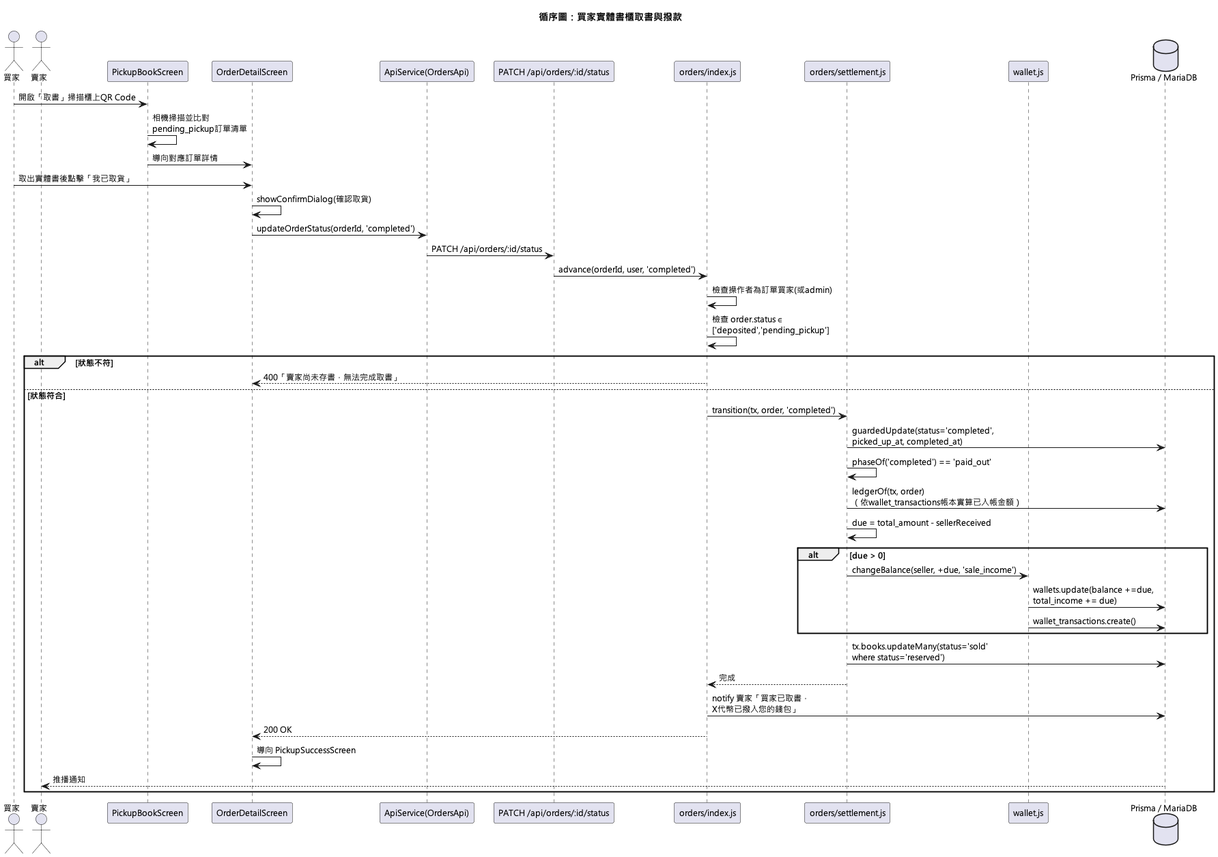
Above: Diagrams/Sequence Diagrams/v3/seq_pickup.png in SaveMyBook/SaveMyBook (PlantUML), before the change.
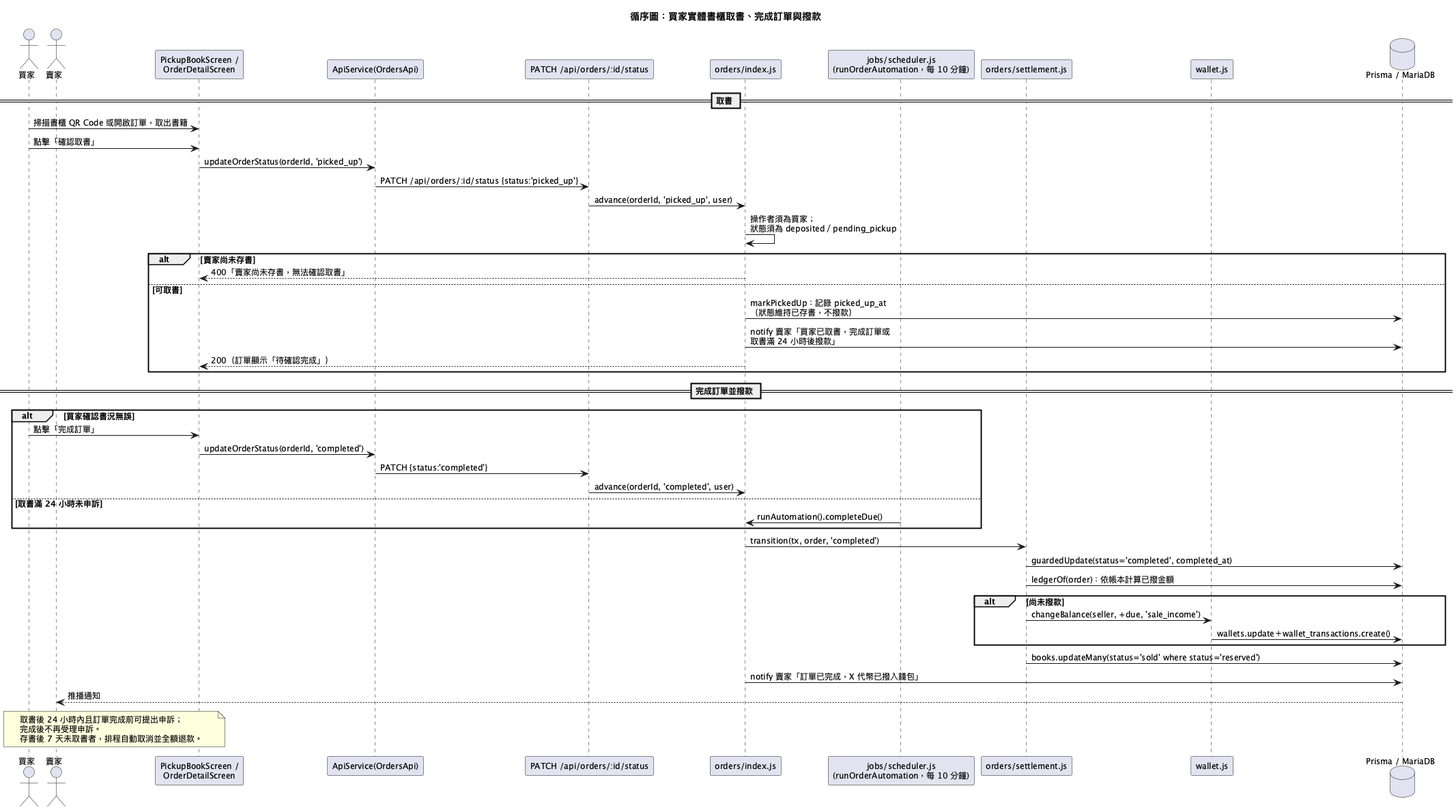
Later version of the same file.

What changed in the source:
```diff
@@ -2,47 +2,57 @@
 !pragma layout smetana
 skinparam defaultFontName "Microsoft JhengHei"
 skinparam defaultFontSize 12
-title 循序圖：買家實體書櫃取書與撥款
+title 循序圖：買家實體書櫃取書、完成訂單與撥款
 
 actor 買家 as Buyer
 actor 賣家 as Seller
-participant "PickupBookScreen" as ScanUI
-participant "OrderDetailScreen" as OrderUI
+participant "PickupBookScreen /\nOrderDetailScreen" as UI
 participant "ApiService(OrdersApi)" as ApiSvc
 participant "PATCH /api/orders/:id/status" as Route
 participant "orders/index.js" as OrdersSvc
+participant "jobs/scheduler.js\n(runOrderAutomation，每 10 分鐘)" as Job
 participant "orders/settlement.js" as Settlement
 participant "wallet.js" as WalletSvc
 database "Prisma / MariaDB" as DB
 
-Buyer -> ScanUI : 開啟「取書」掃描櫃上QR Code
-ScanUI -> ScanUI : 相機掃描並比對\npending_pickup訂單清單
-ScanUI -> OrderUI : 導向對應訂單詳情
-Buyer -> OrderUI : 取出實體書後點擊「我已取貨」
-OrderUI -> OrderUI : showConfirmDialog(確認取貨)
-OrderUI -> ApiSvc : updateOrderStatus(orderId, 'completed')
-ApiSvc -> Route : PATCH /api/orders/:id/status
-Route -> OrdersSvc : advance(orderId, user, 'completed')
-OrdersSvc -> OrdersSvc : 檢查操作者為訂單買家(或admin)
-OrdersSvc -> OrdersSvc : 檢查 order.status ∈\n['deposited','pending_pickup']
-alt 狀態不符
-  OrdersSvc --> OrderUI : 400「賣家尚未存書，無法完成取書」
-else 狀態符合
-  OrdersSvc -> Settlement : transition(tx, order, 'completed')
-  Settlement -> DB : guardedUpdate(status='completed',\npicked_up_at, completed_at)
-  Settlement -> Settlement : phaseOf('completed') == 'paid_out'
-  Settlement -> DB : ledgerOf(tx, order)\n（依wallet_transactions帳本實算已入帳金額）
-  Settlement -> Settlement : due = total_amount - sellerReceived
-  alt due > 0
-    Settlement -> WalletSvc : changeBalance(seller, +due, 'sale_income')
-    WalletSvc -> DB : wallets.update(balance +=due,\ntotal_income += due)
-    WalletSvc -> DB : wallet_transactions.create()
-  end
-  Settlement -> DB : tx.books.updateMany(status='sold'\nwhere status='reserved')
-  Settlement --> OrdersSvc : 完成
-  OrdersSvc -> DB : notify 賣家「買家已取書，\nX代幣已撥入您的錢包」
-  OrdersSvc --> OrderUI : 200 OK
-  OrderUI -> OrderUI : 導向 PickupSuccessScreen
-  DB --> Seller : 推播通知
+== 取書 ==
+Buyer -> UI : 掃描書櫃 QR Code 或開啟訂單，取出書籍
+Buyer -> UI : 點擊「確認取書」
+UI -> ApiSvc : updateOrderStatus(orderId, 'picked_up')
+ApiSvc -> Route : PATCH /api/orders/:id/status {status:'picked_up'}
+Route -> OrdersSvc : advance(orderId, 'picked_up', user)
+OrdersSvc -> OrdersSvc : 操作者須為買家；\n狀態須為 deposited／pending_pickup
+alt 賣家尚未存書
+  OrdersSvc --> UI : 400「賣家尚未存書，無法確認取書」
+else 可取書
+  OrdersSvc -> DB : markPickedUp：記錄 picked_up_at\n（狀態維持已存書，不撥款）
+  OrdersSvc -> DB : notify 賣家「買家已取書，完成訂單或\n取書滿 24 小時後撥款」
+  OrdersSvc --> UI : 200（訂單顯示「待確認完成」）
 end
+
+== 完成訂單並撥款 ==
+alt 買家確認書況無誤
+  Buyer -> UI : 點擊「完成訂單」
+  UI -> ApiSvc : updateOrderStatus(orderId, 'completed')
+  ApiSvc -> Route : PATCH {status:'completed'}
+  Route -> OrdersSvc : advance(orderId, 'completed', user)
+else 取書滿 24 小時未申訴
+  Job -> OrdersSvc : runAutomation().completeDue()
+end
+OrdersSvc -> Settlement : transition(tx, order, 'completed')
+Settlement -> DB : guardedUpdate(status='completed', completed_at)
+Settlement -> DB : ledgerOf(order)：依帳本計算已撥金額
+alt 尚未撥款
+  Settlement -> WalletSvc : changeBalance(seller, +due, 'sale_income')
+  WalletSvc -> DB : wallets.update＋wallet_transactions.create()
+end
+Settlement -> DB : books.updateMany(status='sold' where status='reserved')
+OrdersSvc -> DB : notify 賣家「訂單已完成，X 代幣已撥入錢包」
+DB --> Seller : 推播通知
+
+note over Buyer, UI
+  取書後 24 小時內且訂單完成前可提出申訴；
+  完成後不再受理申訴。
+  存書後 7 天未取書者，排程自動取消並全額退款。
+end note
 @enduml
```
